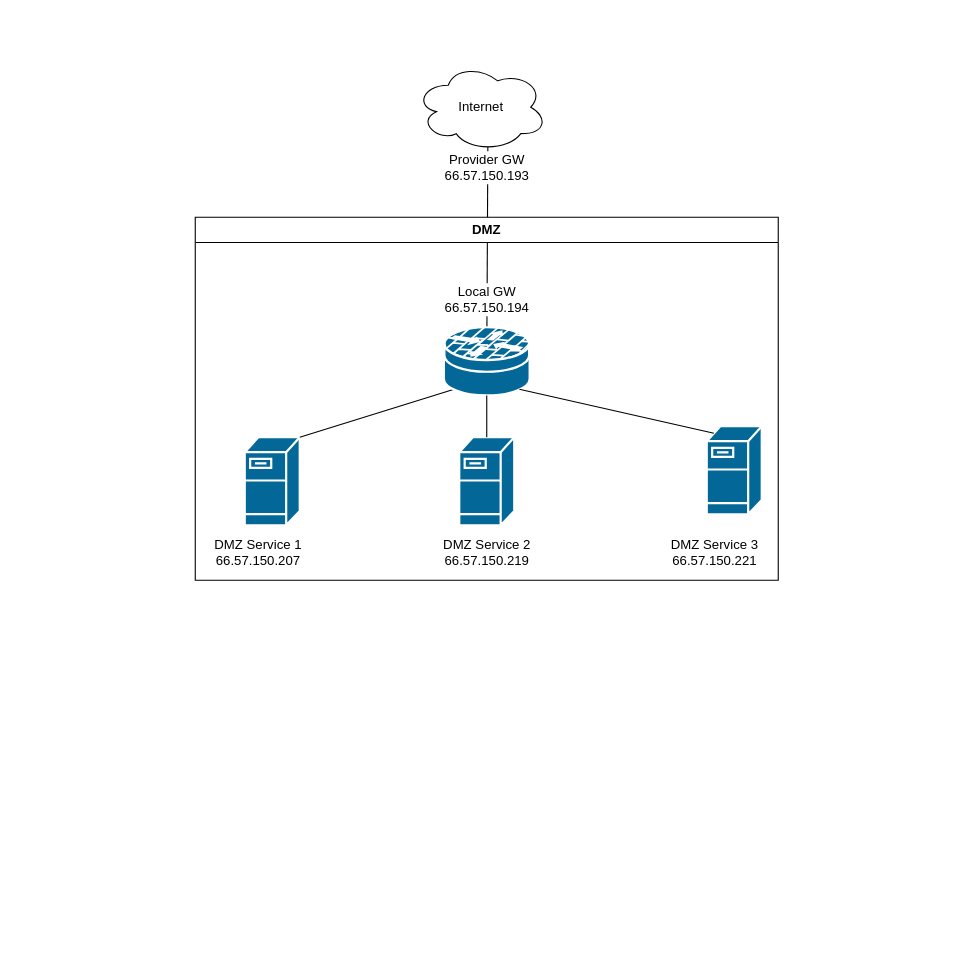
This is spectrum_justification.drawio from adamrt918/Diagram, a draw.io file, before an edit. Source tidied: cells renumbered, new cells numbered last; positions are measured from the earlier drawing's top-left corner, leaving out a move shared by most shapes. Both pictures are drawn from the tidied source at 110%, with x=0, y=0 at pixel (195, 63).
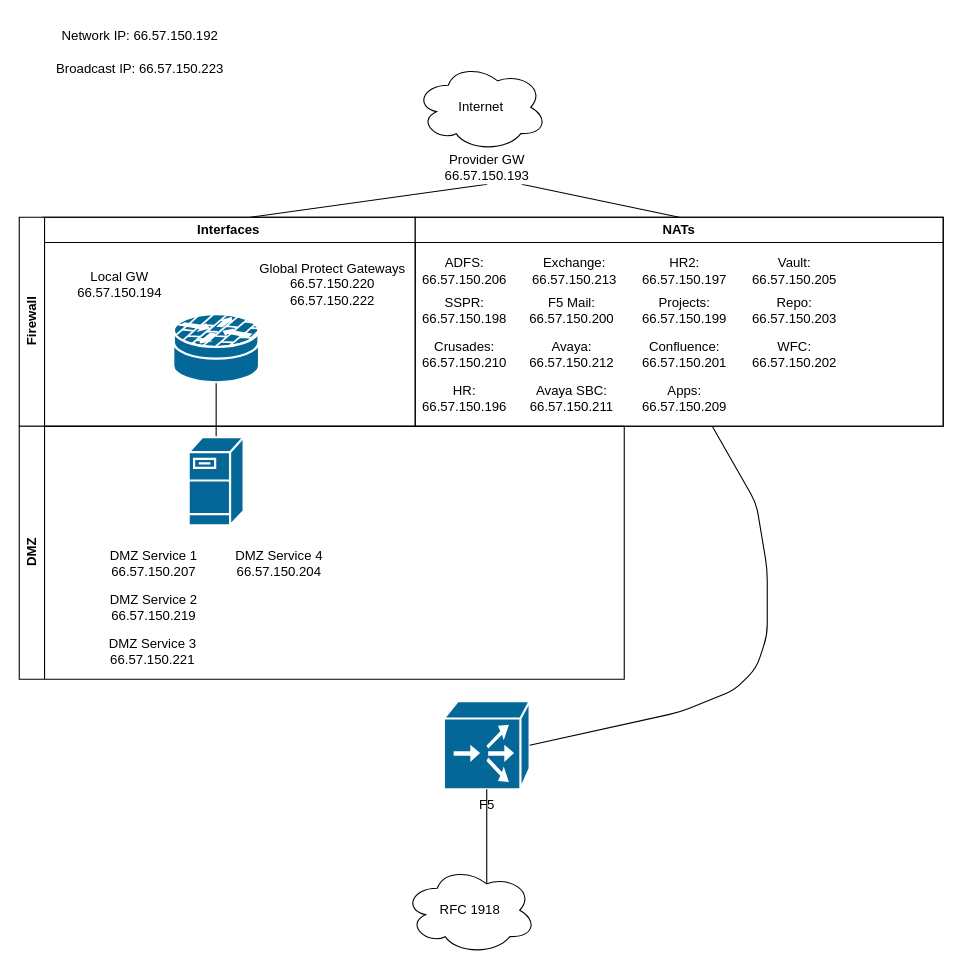
The same page after the edit.

The change refers to these unchanged cells:
```xml
<mxCell id="2" value="Internet" style="ellipse;shape=cloud;whiteSpace=wrap;html=1;" parent="1" vertex="1">
  <mxGeometry x="200" width="120" height="80" as="geometry" />
</mxCell>
```

What changed in the source:
```diff
@@
+    <mxCell id="17" style="endArrow=none;html=1;rounded=0;entryX=0.75;entryY=1;entryDx=0;entryDy=0;exitX=0.5;exitY=0;exitDx=0;exitDy=0;" parent="1" edge="1" source="23" target="4">
+      <mxGeometry relative="1" as="geometry" />
+    </mxCell>
+    <mxCell id="18" style="endArrow=none;html=1;rounded=0;entryX=0.5;entryY=1;entryDx=0;entryDy=0;exitX=0.25;exitY=0;exitDx=0;exitDy=0;" parent="1" edge="1" source="24" target="4">
+      <mxGeometry relative="1" as="geometry" />
+    </mxCell>
@@
-    <mxCell id="3" style="endArrow=none;html=1;rounded=0;entryX=0.55;entryY=0.95;entryDx=0;entryDy=0;entryPerimeter=0;" parent="1" edge="1" source="13" target="2">
-      <mxGeometry relative="1" as="geometry" />
-    </mxCell>
+    <mxCell id="6" style="endArrow=none;html=1;rounded=0;exitX=0.5;exitY=0;exitDx=0;exitDy=0;exitPerimeter=0;entryX=0.5;entryY=1;entryDx=0;entryDy=0;entryPerimeter=0;" parent="1" edge="1" source="40" target="13">
+      <mxGeometry relative="1" as="geometry" />
+    </mxCell>
+    <mxCell id="19" value="Interfaces" style="swimlane;whiteSpace=wrap;html=1;" parent="1" vertex="1">
+      <mxGeometry x="-139" y="140" width="339" height="190" as="geometry" />
+    </mxCell>
+    <mxCell id="16" value="&lt;div&gt;Local GW&lt;/div&gt;66.57.150.194" style="text;html=1;whiteSpace=wrap;strokeColor=none;fillColor=default;align=center;verticalAlign=middle;rounded=0;" parent="19" vertex="1">
+      <mxGeometry x="8" y="46" width="125" height="30" as="geometry" />
+    </mxCell>
+    <mxCell id="20" value="Global Protect Gateways&lt;div&gt;66.57.150.220&lt;/div&gt;&lt;div&gt;66.57.150.222&lt;/div&gt;" style="text;html=1;whiteSpace=wrap;strokeColor=none;fillColor=none;align=center;verticalAlign=middle;rounded=0;" parent="19" vertex="1">
+      <mxGeometry x="186" y="34" width="156" height="54" as="geometry" />
+    </mxCell>
-    <mxCell id="4" value="&lt;div&gt;Provider GW&lt;/div&gt;66.57.150.193" style="text;html=1;whiteSpace=wrap;strokeColor=none;fillColor=default;align=center;verticalAlign=middle;rounded=0;" parent="1" vertex="1">
+    <mxCell id="4" value="&lt;div&gt;Provider GW&lt;/div&gt;66.57.150.193" style="text;html=1;whiteSpace=wrap;strokeColor=none;fillColor=default;align=center;verticalAlign=middle;rounded=0;labelBackgroundColor=default;" parent="1" vertex="1">
       <mxGeometry x="203" y="80" width="125" height="30" as="geometry" />
     </mxCell>
-    <mxCell id="5" style="shape=mxgraph.cisco.servers.fileserver;sketch=0;html=1;dashed=0;fillColor=#036897;strokeColor=#ffffff;strokeWidth=2;verticalLabelPosition=bottom;verticalAlign=top;align=center;outlineConnect=0;" parent="1" vertex="1">
-      <mxGeometry x="45" y="340" width="50" height="80" as="geometry" />
-    </mxCell>
-    <mxCell id="6" style="endArrow=none;html=1;rounded=0;exitX=1;exitY=0;exitDx=0;exitDy=0;exitPerimeter=0;entryX=0.12;entryY=0.91;entryDx=0;entryDy=0;entryPerimeter=0;" parent="1" edge="1" source="5" target="13">
-      <mxGeometry relative="1" as="geometry" />
-    </mxCell>
+    <mxCell id="21" value="Network IP: 66.57.150.192" style="text;html=1;align=center;verticalAlign=middle;whiteSpace=wrap;rounded=0;" parent="1" vertex="1">
+      <mxGeometry x="-130" y="-40" width="160" height="30" as="geometry" />
+    </mxCell>
+    <mxCell id="22" value="Broadcast IP: 66.57.150.223" style="text;html=1;align=center;verticalAlign=middle;whiteSpace=wrap;rounded=0;" parent="1" vertex="1">
+      <mxGeometry x="-130" y="-10" width="160" height="30" as="geometry" />
+    </mxCell>
+    <mxCell id="23" value="NATs" style="swimlane;whiteSpace=wrap;html=1;" parent="1" vertex="1">
+      <mxGeometry x="200" y="140" width="480" height="190" as="geometry" />
+    </mxCell>
+    <mxCell id="24" value="Firewall" style="swimlane;horizontal=0;whiteSpace=wrap;html=1;" parent="23" vertex="1">
+      <mxGeometry x="-360" width="840" height="190" as="geometry" />
+    </mxCell>
+    <mxCell id="25" value="Exchange: 66.57.150.213" style="text;html=1;whiteSpace=wrap;strokeColor=none;fillColor=none;align=center;verticalAlign=middle;rounded=0;" parent="24" vertex="1">
+      <mxGeometry x="460" y="34" width="90" height="30" as="geometry" />
+    </mxCell>
+    <mxCell id="26" value="F5 Mail: 66.57.150.200" style="text;html=1;whiteSpace=wrap;strokeColor=none;fillColor=none;align=center;verticalAlign=middle;rounded=0;" parent="24" vertex="1">
+      <mxGeometry x="460" y="70" width="85" height="30" as="geometry" />
+    </mxCell>
+    <mxCell id="27" value="Avaya: 66.57.150.212" style="text;html=1;whiteSpace=wrap;strokeColor=none;fillColor=none;align=center;verticalAlign=middle;rounded=0;fontStyle=0;" parent="24" vertex="1">
+      <mxGeometry x="460" y="110" width="85" height="30" as="geometry" />
+    </mxCell>
+    <mxCell id="28" value="Avaya SBC: 66.57.150.211" style="text;html=1;whiteSpace=wrap;strokeColor=none;fillColor=none;align=center;verticalAlign=middle;rounded=0;fontStyle=0;" parent="24" vertex="1">
+      <mxGeometry x="460" y="150" width="85" height="30" as="geometry" />
+    </mxCell>
+    <mxCell id="29" value="ADFS:&lt;br style=&quot;padding: 0px; margin: 0px;&quot;&gt;66.57.150.206" style="text;html=1;whiteSpace=wrap;strokeColor=none;fillColor=none;align=center;verticalAlign=middle;rounded=0;" parent="24" vertex="1">
+      <mxGeometry x="360" y="34" width="90" height="30" as="geometry" />
+    </mxCell>
+    <mxCell id="30" value="SSPR:&lt;br style=&quot;padding: 0px; margin: 0px;&quot;&gt;66.57.150.198" style="text;html=1;whiteSpace=wrap;strokeColor=none;fillColor=none;align=center;verticalAlign=middle;rounded=0;" parent="24" vertex="1">
+      <mxGeometry x="360" y="70" width="90" height="30" as="geometry" />
+    </mxCell>
+    <mxCell id="31" value="Crusades:&lt;br style=&quot;padding: 0px; margin: 0px;&quot;&gt;66.57.150.210" style="text;html=1;whiteSpace=wrap;strokeColor=none;fillColor=none;align=center;verticalAlign=middle;rounded=0;" parent="24" vertex="1">
+      <mxGeometry x="360" y="110" width="90" height="30" as="geometry" />
+    </mxCell>
+    <mxCell id="32" value="HR:&lt;br style=&quot;padding: 0px; margin: 0px;&quot;&gt;66.57.150.196" style="text;html=1;whiteSpace=wrap;strokeColor=none;fillColor=none;align=center;verticalAlign=middle;rounded=0;" parent="24" vertex="1">
+      <mxGeometry x="360" y="150" width="90" height="30" as="geometry" />
+    </mxCell>
+    <mxCell id="33" value="HR2:&lt;br style=&quot;padding: 0px; margin: 0px;&quot;&gt;66.57.150.197" style="text;html=1;whiteSpace=wrap;strokeColor=none;fillColor=none;align=center;verticalAlign=middle;rounded=0;" parent="24" vertex="1">
+      <mxGeometry x="560" y="34" width="90" height="30" as="geometry" />
+    </mxCell>
+    <mxCell id="34" value="Projects:&lt;br style=&quot;padding: 0px; margin: 0px;&quot;&gt;66.57.150.199" style="text;html=1;whiteSpace=wrap;strokeColor=none;fillColor=none;align=center;verticalAlign=middle;rounded=0;" parent="24" vertex="1">
+      <mxGeometry x="560" y="70" width="90" height="30" as="geometry" />
+    </mxCell>
+    <mxCell id="35" value="Confluence:&lt;br style=&quot;padding: 0px; margin: 0px;&quot;&gt;66.57.150.201" style="text;html=1;whiteSpace=wrap;strokeColor=none;fillColor=none;align=center;verticalAlign=middle;rounded=0;" parent="24" vertex="1">
+      <mxGeometry x="560" y="110" width="90" height="30" as="geometry" />
+    </mxCell>
+    <mxCell id="36" value="Apps:&lt;br style=&quot;padding: 0px; margin: 0px;&quot;&gt;66.57.150.209" style="text;html=1;whiteSpace=wrap;strokeColor=none;fillColor=none;align=center;verticalAlign=middle;rounded=0;" parent="24" vertex="1">
+      <mxGeometry x="560" y="150" width="90" height="30" as="geometry" />
+    </mxCell>
+    <mxCell id="37" value="Vault:&lt;br style=&quot;padding: 0px; margin: 0px;&quot;&gt;66.57.150.205" style="text;html=1;whiteSpace=wrap;strokeColor=none;fillColor=none;align=center;verticalAlign=middle;rounded=0;" parent="24" vertex="1">
+      <mxGeometry x="660" y="34" width="90" height="30" as="geometry" />
+    </mxCell>
+    <mxCell id="38" value="Repo:&lt;div&gt;66.57.150.203&lt;/div&gt;" style="text;html=1;whiteSpace=wrap;strokeColor=none;fillColor=none;align=center;verticalAlign=middle;rounded=0;" parent="24" vertex="1">
+      <mxGeometry x="660" y="70" width="90" height="30" as="geometry" />
+    </mxCell>
+    <mxCell id="39" value="WFC:&lt;div&gt;66.57.150.202&lt;/div&gt;" style="text;html=1;whiteSpace=wrap;strokeColor=none;fillColor=none;align=center;verticalAlign=middle;rounded=0;" parent="24" vertex="1">
+      <mxGeometry x="660" y="110" width="90" height="30" as="geometry" />
+    </mxCell>
+    <mxCell id="13" style="shape=mxgraph.cisco.security.router_firewall;sketch=0;html=1;dashed=0;fillColor=#036897;strokeColor=#ffffff;strokeWidth=2;verticalLabelPosition=bottom;verticalAlign=top;align=center;outlineConnect=0;" parent="24" vertex="1">
+      <mxGeometry x="140" y="88" width="78" height="62" as="geometry" />
+    </mxCell>
-    <mxCell id="7" value="DMZ" style="swimlane;whiteSpace=wrap;html=1;" parent="1" vertex="1">
-      <mxGeometry y="140" width="530" height="330" as="geometry" />
+    <mxCell id="7" value="DMZ" style="swimlane;horizontal=0;whiteSpace=wrap;html=1;" parent="1" vertex="1">
+      <mxGeometry x="-160" y="330" width="550" height="230" as="geometry" />
     </mxCell>
+    <mxCell id="40" style="shape=mxgraph.cisco.servers.fileserver;sketch=0;html=1;dashed=0;fillColor=#036897;strokeColor=#ffffff;strokeWidth=2;verticalLabelPosition=bottom;verticalAlign=top;align=center;outlineConnect=0;" parent="7" vertex="1">
+      <mxGeometry x="154" y="10" width="50" height="80" as="geometry" />
+    </mxCell>
     <mxCell id="8" value="DMZ Service 1&lt;div&gt;66.57.150.207&lt;/div&gt;" style="text;html=1;whiteSpace=wrap;strokeColor=none;fillColor=none;align=center;verticalAlign=middle;rounded=0;" parent="7" vertex="1">
-      <mxGeometry y="280" width="115" height="50" as="geometry" />
+      <mxGeometry x="65" y="100" width="115" height="50" as="geometry" />
     </mxCell>
     <mxCell id="9" value="DMZ Service 2&lt;div&gt;66.57.150.219&lt;/div&gt;" style="text;html=1;whiteSpace=wrap;strokeColor=none;fillColor=none;align=center;verticalAlign=middle;rounded=0;" parent="7" vertex="1">
-      <mxGeometry x="208" y="280" width="115" height="50" as="geometry" />
+      <mxGeometry x="64.5" y="140" width="115" height="50" as="geometry" />
     </mxCell>
     <mxCell id="10" value="DMZ Service 3&lt;div&gt;66.57.150.221&lt;/div&gt;" style="text;html=1;whiteSpace=wrap;strokeColor=none;fillColor=none;align=center;verticalAlign=middle;rounded=0;" parent="7" vertex="1">
-      <mxGeometry x="415" y="280" width="115" height="50" as="geometry" />
+      <mxGeometry x="64" y="180" width="115" height="50" as="geometry" />
     </mxCell>
-    <mxCell id="11" style="shape=mxgraph.cisco.servers.fileserver;sketch=0;html=1;dashed=0;fillColor=#036897;strokeColor=#ffffff;strokeWidth=2;verticalLabelPosition=bottom;verticalAlign=top;align=center;outlineConnect=0;" parent="7" vertex="1">
-      <mxGeometry x="465" y="190" width="50" height="80" as="geometry" />
-    </mxCell>
-    <mxCell id="12" style="shape=mxgraph.cisco.servers.fileserver;sketch=0;html=1;dashed=0;fillColor=#036897;strokeColor=#ffffff;strokeWidth=2;verticalLabelPosition=bottom;verticalAlign=top;align=center;outlineConnect=0;" parent="7" vertex="1">
-      <mxGeometry x="240" y="200" width="50" height="80" as="geometry" />
-    </mxCell>
-    <mxCell id="13" style="shape=mxgraph.cisco.security.router_firewall;sketch=0;html=1;dashed=0;fillColor=#036897;strokeColor=#ffffff;strokeWidth=2;verticalLabelPosition=bottom;verticalAlign=top;align=center;outlineConnect=0;" parent="7" vertex="1">
-      <mxGeometry x="226" y="100" width="78" height="62" as="geometry" />
-    </mxCell>
-    <mxCell id="14" style="endArrow=none;html=1;rounded=0;exitX=0.5;exitY=0;exitDx=0;exitDy=0;exitPerimeter=0;entryX=0.5;entryY=1;entryDx=0;entryDy=0;entryPerimeter=0;" parent="7" edge="1" source="12" target="13">
-      <mxGeometry relative="1" as="geometry" />
-    </mxCell>
-    <mxCell id="15" style="endArrow=none;html=1;rounded=0;entryX=0.88;entryY=0.91;entryDx=0;entryDy=0;entryPerimeter=0;exitX=0.13;exitY=0.08;exitDx=0;exitDy=0;exitPerimeter=0;" parent="7" edge="1" source="11" target="13">
-      <mxGeometry relative="1" as="geometry" />
-    </mxCell>
-    <mxCell id="16" value="&lt;div&gt;Local GW&lt;/div&gt;66.57.150.194" style="text;html=1;whiteSpace=wrap;strokeColor=none;fillColor=default;align=center;verticalAlign=middle;rounded=0;" parent="7" vertex="1">
-      <mxGeometry x="203" y="60" width="125" height="30" as="geometry" />
-    </mxCell>
+    <mxCell id="41" value="DMZ Service 4&lt;div&gt;66.57.150.204&lt;/div&gt;" style="text;html=1;whiteSpace=wrap;strokeColor=none;fillColor=none;align=center;verticalAlign=middle;rounded=0;" parent="7" vertex="1">
+      <mxGeometry x="179" y="100" width="115" height="50" as="geometry" />
+    </mxCell>
+    <mxCell id="42" value="F5" style="shape=mxgraph.cisco.directors.localdirector;sketch=0;html=1;dashed=0;fillColor=#036897;strokeColor=#ffffff;strokeWidth=2;verticalLabelPosition=bottom;verticalAlign=top;align=center;outlineConnect=0;" parent="1" vertex="1">
+      <mxGeometry x="226" y="580" width="78" height="80" as="geometry" />
+    </mxCell>
+    <mxCell id="43" style="html=1;rounded=1;curved=0;sourcePerimeterSpacing=0;targetPerimeterSpacing=0;startSize=6;endSize=6;noEdgeStyle=1;orthogonal=1;entryX=1;entryY=0.5;entryDx=0;entryDy=0;entryPerimeter=0;exitX=0.75;exitY=1;exitDx=0;exitDy=0;endArrow=none;endFill=0;" parent="1" edge="1" source="24" target="42">
+      <mxGeometry relative="1" as="geometry">
+        <Array as="points">
+          <mxPoint x="510" y="400" />
+          <mxPoint x="520" y="460" />
+          <mxPoint x="520" y="520" />
+          <mxPoint x="510" y="550" />
+          <mxPoint x="490" y="570" />
+          <mxPoint x="440" y="590" />
+        </Array>
+      </mxGeometry>
+    </mxCell>
+    <mxCell id="44" value="RFC 1918" style="ellipse;shape=cloud;whiteSpace=wrap;html=1;" parent="1" vertex="1">
+      <mxGeometry x="190" y="730" width="120" height="80" as="geometry" />
+    </mxCell>
+    <mxCell id="45" style="endArrow=none;html=1;rounded=0;exitX=0.625;exitY=0.2;exitDx=0;exitDy=0;exitPerimeter=0;entryX=0.5;entryY=1;entryDx=0;entryDy=0;entryPerimeter=0;" parent="1" edge="1" source="44" target="42">
+      <mxGeometry relative="1" as="geometry" />
+    </mxCell>
```
